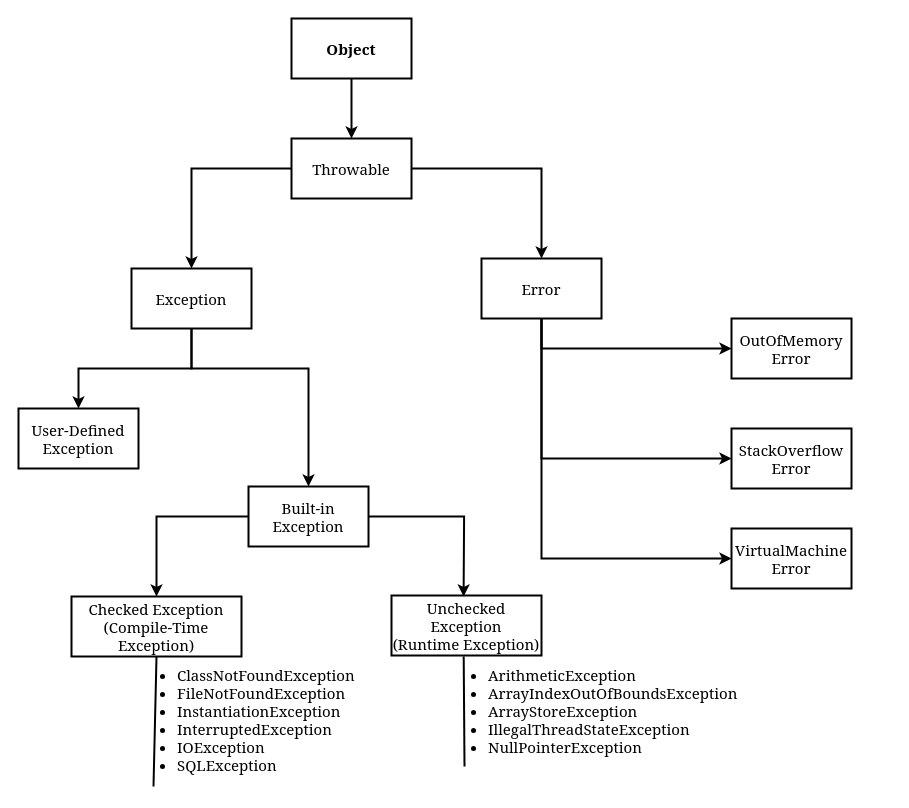
This is 00-JAVA/01-CORE-JAVA/20-EXCEPTION-HANDLING/images/exception-hierarchy.drawio from hello-aaditya/java-world, a draw.io file, before an edit. Source tidied: cells renumbered, new cells numbered last; positions are measured from the earlier drawing's top-left corner, leaving out a move shared by most shapes. Both pictures are drawn from the tidied source at 100%, with x=0, y=0 at pixel (18, 18).
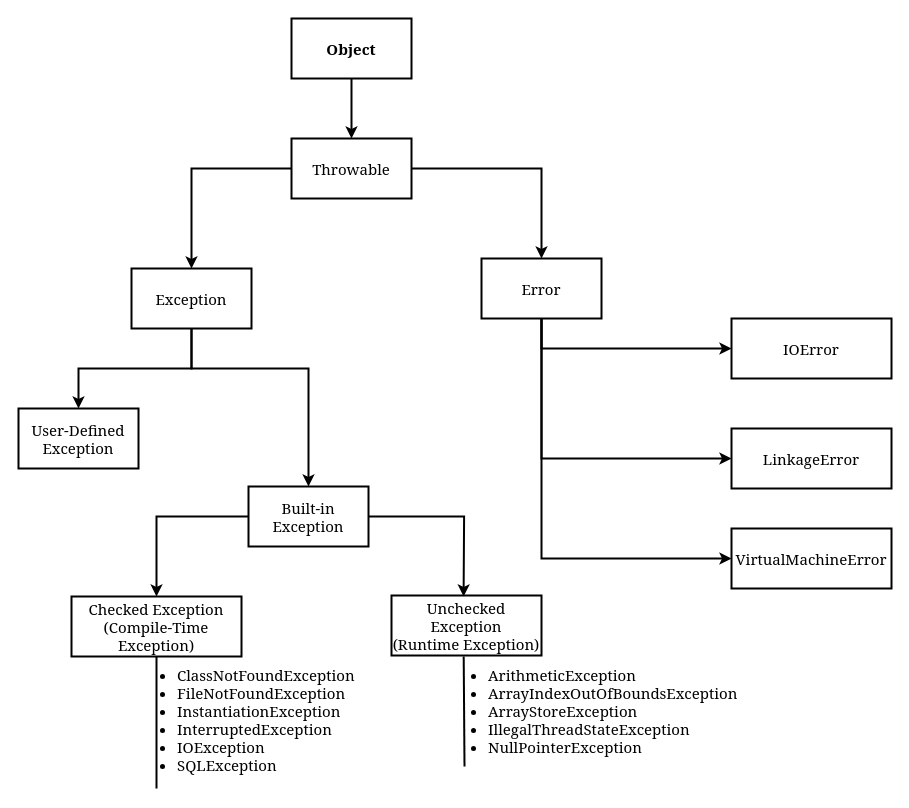
Above is the later version.

Unchanged cells that the change refers to:
```xml
<mxCell id="14" value="Checked&amp;nbsp;&lt;span style=&quot;background-color: transparent; color: light-dark(rgb(0, 0, 0), rgb(255, 255, 255));&quot;&gt;Exception&lt;/span&gt;&lt;div&gt;&lt;span style=&quot;background-color: transparent; color: light-dark(rgb(0, 0, 0), rgb(255, 255, 255));&quot;&gt;(Compile-Time Exception)&lt;/span&gt;&lt;/div&gt;" style="rounded=0;whiteSpace=wrap;html=1;fontFamily=Georgia;fontSize=15;strokeWidth=2;" parent="1" vertex="1">
  <mxGeometry x="53" y="578" width="170" height="60" as="geometry" />
</mxCell>
<mxCell id="23" value="&lt;ul&gt;&lt;li&gt;&lt;font&gt;ClassNotFoundException&lt;/font&gt;&lt;/li&gt;&lt;li&gt;&lt;font&gt;FileNotFoundException&lt;/font&gt;&lt;/li&gt;&lt;li&gt;&lt;font&gt;InstantiationException&lt;/font&gt;&lt;/li&gt;&lt;li&gt;&lt;font&gt;InterruptedException&lt;/font&gt;&lt;/li&gt;&lt;li&gt;&lt;font&gt;IOException&lt;/font&gt;&lt;/li&gt;&lt;li&gt;&lt;font&gt;SQLException&lt;/font&gt;&lt;/li&gt;&lt;/ul&gt;" style="text;html=1;whiteSpace=wrap;strokeColor=none;fillColor=none;align=left;verticalAlign=top;rounded=0;fontFamily=Georgia;fontSize=15;textDirection=ltr;strokeWidth=2;" parent="1" vertex="1">
  <mxGeometry x="117" y="626" width="200" height="130" as="geometry" />
</mxCell>
```

Diff of the diagram source:
```diff
@@
-    <mxCell id="16" value="OutOfMemory&lt;div&gt;Error&lt;/div&gt;" style="rounded=0;whiteSpace=wrap;html=1;fontFamily=Georgia;fontSize=15;strokeWidth=2;" parent="1" vertex="1">
-      <mxGeometry x="713" y="300" width="120" height="60" as="geometry" />
+    <mxCell id="16" value="&lt;div&gt;IOError&lt;/div&gt;" style="rounded=0;whiteSpace=wrap;html=1;fontFamily=Georgia;fontSize=15;strokeWidth=2;" parent="1" vertex="1">
+      <mxGeometry x="713" y="300" width="160" height="60" as="geometry" />
     </mxCell>
-    <mxCell id="17" value="StackOverflow&lt;div&gt;Error&lt;/div&gt;" style="rounded=0;whiteSpace=wrap;html=1;fontFamily=Georgia;fontSize=15;strokeWidth=2;" parent="1" vertex="1">
-      <mxGeometry x="713" y="410" width="120" height="60" as="geometry" />
+    <mxCell id="17" value="LinkageError" style="rounded=0;whiteSpace=wrap;html=1;fontFamily=Georgia;fontSize=15;strokeWidth=2;" parent="1" vertex="1">
+      <mxGeometry x="713" y="410" width="160" height="60" as="geometry" />
     </mxCell>
@@
-    <mxCell id="22" value="VirtualMachine&lt;div&gt;Error&lt;/div&gt;" style="rounded=0;whiteSpace=wrap;html=1;fontFamily=Georgia;fontSize=15;strokeWidth=2;" parent="1" vertex="1">
-      <mxGeometry x="713" y="510" width="120" height="60" as="geometry" />
+    <mxCell id="22" value="VirtualMachineError" style="rounded=0;whiteSpace=wrap;html=1;fontFamily=Georgia;fontSize=15;strokeWidth=2;" parent="1" vertex="1">
+      <mxGeometry x="713" y="510" width="160" height="60" as="geometry" />
     </mxCell>
@@
-    <mxCell id="24" style="endArrow=none;html=1;rounded=0;entryX=0.5;entryY=1;entryDx=0;entryDy=0;strokeWidth=2;" parent="1" edge="1" target="14">
-      <mxGeometry relative="1" as="geometry">
-        <mxPoint x="135" y="768" as="sourcePoint" />
-      </mxGeometry>
+    <mxCell id="24" style="endArrow=none;html=1;rounded=0;entryX=0.5;entryY=1;entryDx=0;entryDy=0;strokeWidth=2;exitX=0.105;exitY=1.108;exitDx=0;exitDy=0;exitPerimeter=0;" parent="1" edge="1" source="23" target="14">
+      <mxGeometry relative="1" as="geometry" />
     </mxCell>
```
